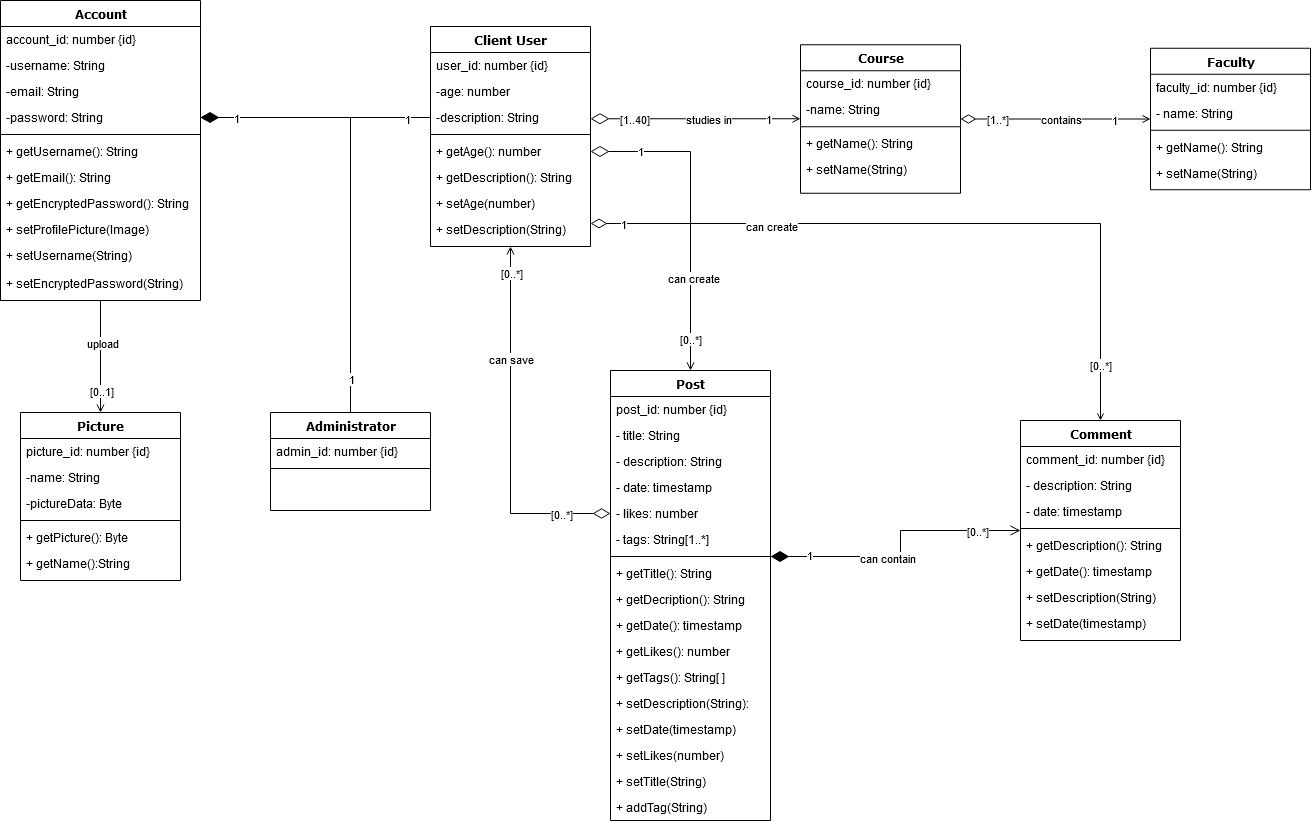
This is docs/diagrams/crc_diagram.drawio.png from SE-TINF22B6/DHBWhub, a draw.io export, as it was before one commit. Source tidied: cells renumbered, new cells last; positions are measured from the earlier drawing's top-left corner, leaving out a move shared by most shapes.
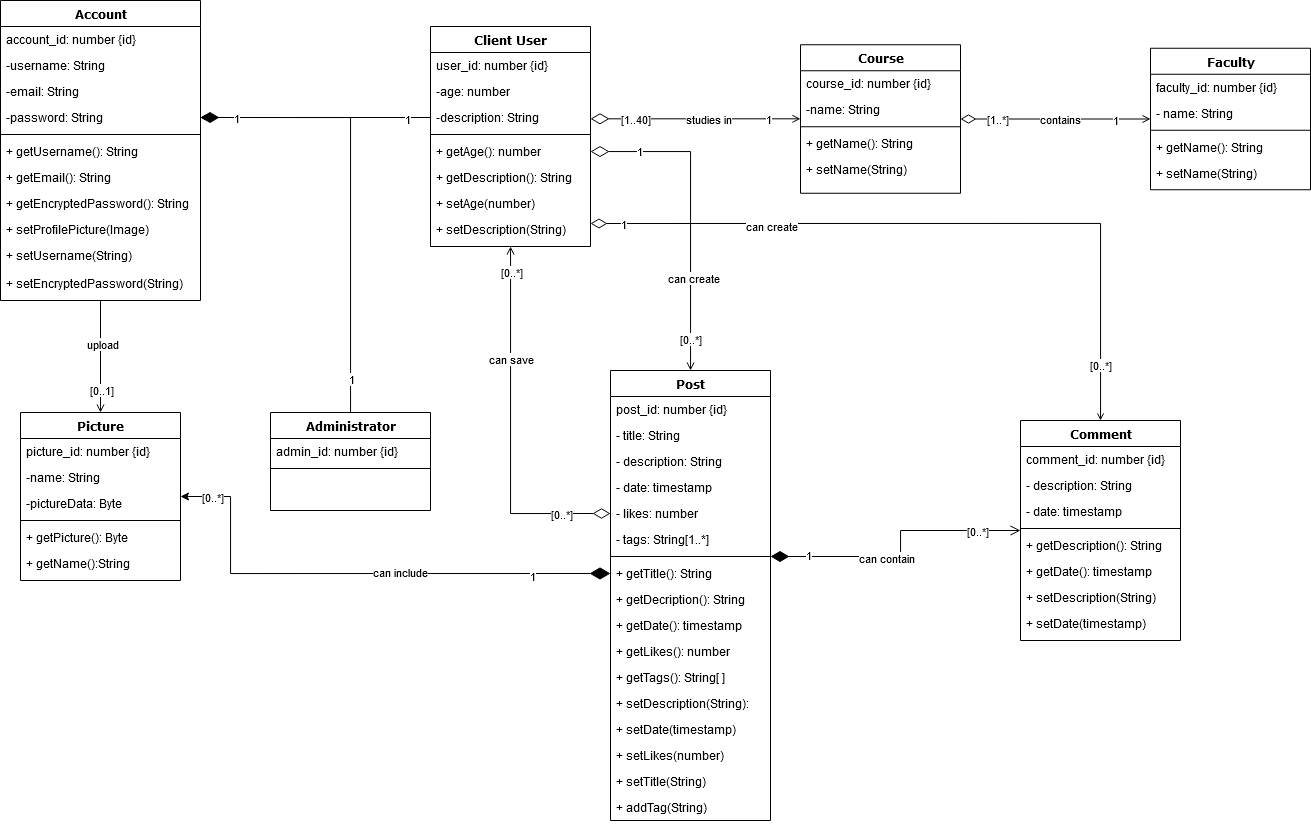
After the change.

The edit, as a diff of the source:
```diff
@@ -323,5 +323,24 @@
     <mxCell id="103" value="can create" style="edgeLabel;html=1;align=center;verticalAlign=middle;" parent="100" vertex="1">
       <mxGeometry x="-0.49" y="-2" relative="1" as="geometry" />
     </mxCell>
+    <mxCell id="104" style="edgeStyle=orthogonalEdgeStyle;rounded=0;jettySize=auto;html=1;exitX=0;exitY=0.5;exitDx=0;exitDy=0;startArrow=diamondThin;startFill=1;startSize=18;" parent="1" edge="1" source="82" target="40">
+      <mxGeometry relative="1" as="geometry">
+        <Array as="points">
+          <mxPoint x="230" y="573" />
+          <mxPoint x="230" y="496" />
+        </Array>
+      </mxGeometry>
+    </mxCell>
+    <mxCell id="105" value="can include" style="edgeLabel;html=1;align=center;verticalAlign=middle;" parent="104" vertex="1">
+      <mxGeometry x="0.2" y="5" relative="1" as="geometry">
+        <mxPoint x="95" y="-7" as="offset" />
+      </mxGeometry>
+    </mxCell>
+    <mxCell id="106" value="[0..*]" style="edgeLabel;html=1;align=center;verticalAlign=middle;" parent="104" vertex="1">
+      <mxGeometry x="0.88" relative="1" as="geometry" />
+    </mxCell>
+    <mxCell id="107" value="1" style="edgeLabel;html=1;align=center;verticalAlign=middle;" parent="104" vertex="1">
+      <mxGeometry x="-0.69" y="2" relative="1" as="geometry" />
+    </mxCell>
   </root>
 </mxGraphModel>
```
